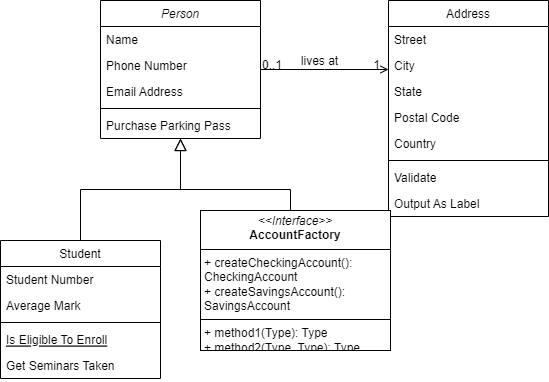
Before: Assign3P1Diagram.drawio.png, a diagram exported from draw.io (jimmyjazz31/CS665Assign3). Source tidied: cells renumbered, new cells last; positions are measured from the earlier drawing's top-left corner, leaving out a move shared by most shapes.
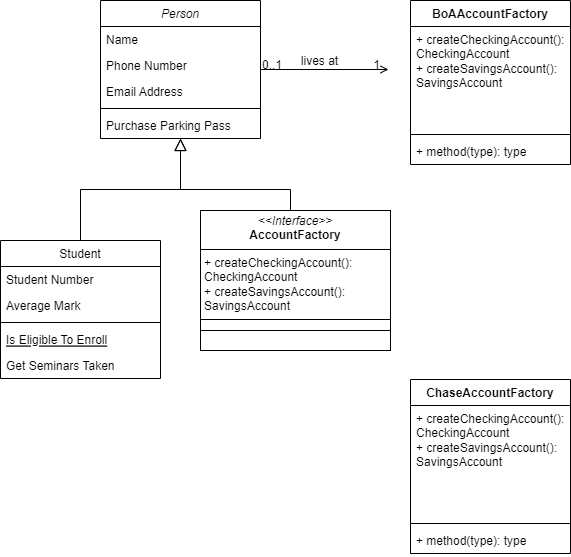
After the commit.

Change to the diagram source:
```diff
@@ -53,35 +53,9 @@
     <mxCell id="18" style="endArrow=block;endSize=10;endFill=0;shadow=0;strokeWidth=1;rounded=0;curved=0;edgeStyle=elbowEdgeStyle;elbow=vertical;" parent="1" edge="1" source="15" target="2">
       <mxGeometry relative="1" as="geometry" />
     </mxCell>
-    <mxCell id="19" value="Address" style="swimlane;fontStyle=0;align=center;verticalAlign=top;horizontal=1;startSize=26;rounded=0;shadow=0;strokeWidth=1;" parent="1" vertex="1">
-      <mxGeometry x="388" width="160" height="216" as="geometry" />
-    </mxCell>
-    <mxCell id="20" value="Street" style="text;align=left;verticalAlign=top;spacingLeft=4;spacingRight=4;overflow=hidden;" parent="19" vertex="1">
-      <mxGeometry y="26" width="160" height="26" as="geometry" />
-    </mxCell>
-    <mxCell id="21" value="City" style="text;align=left;verticalAlign=top;spacingLeft=4;spacingRight=4;overflow=hidden;rounded=0;shadow=0;html=0;" parent="19" vertex="1">
-      <mxGeometry y="52" width="160" height="26" as="geometry" />
-    </mxCell>
-    <mxCell id="22" value="State" style="text;align=left;verticalAlign=top;spacingLeft=4;spacingRight=4;overflow=hidden;rounded=0;shadow=0;html=0;" parent="19" vertex="1">
-      <mxGeometry y="78" width="160" height="26" as="geometry" />
-    </mxCell>
-    <mxCell id="23" value="Postal Code" style="text;align=left;verticalAlign=top;spacingLeft=4;spacingRight=4;overflow=hidden;rounded=0;shadow=0;html=0;" parent="19" vertex="1">
-      <mxGeometry y="104" width="160" height="26" as="geometry" />
-    </mxCell>
-    <mxCell id="24" value="Country" style="text;align=left;verticalAlign=top;spacingLeft=4;spacingRight=4;overflow=hidden;rounded=0;shadow=0;html=0;" parent="19" vertex="1">
-      <mxGeometry y="130" width="160" height="26" as="geometry" />
-    </mxCell>
-    <mxCell id="25" style="line;html=1;strokeWidth=1;align=left;verticalAlign=middle;spacingTop=-1;spacingLeft=3;spacingRight=3;labelPosition=right;" parent="19" vertex="1">
-      <mxGeometry y="156" width="160" height="8" as="geometry" />
-    </mxCell>
-    <mxCell id="26" value="Validate" style="text;align=left;verticalAlign=top;spacingLeft=4;spacingRight=4;overflow=hidden;" parent="19" vertex="1">
-      <mxGeometry y="164" width="160" height="26" as="geometry" />
-    </mxCell>
-    <mxCell id="27" value="Output As Label" style="text;align=left;verticalAlign=top;spacingLeft=4;spacingRight=4;overflow=hidden;" parent="19" vertex="1">
-      <mxGeometry y="190" width="160" height="26" as="geometry" />
-    </mxCell>
-    <mxCell id="28" style="endArrow=open;shadow=0;strokeWidth=1;rounded=0;curved=0;endFill=1;edgeStyle=elbowEdgeStyle;elbow=vertical;" parent="1" edge="1" source="2" target="19">
+    <mxCell id="28" style="endArrow=open;shadow=0;strokeWidth=1;rounded=0;curved=0;endFill=1;edgeStyle=elbowEdgeStyle;elbow=vertical;" parent="1" edge="1" source="2">
       <mxGeometry x="0.5" y="41" relative="1" as="geometry">
+        <mxPoint x="388" y="69" as="targetPoint" />
         <mxPoint x="-40" y="32" as="offset" />
       </mxGeometry>
     </mxCell>
@@ -103,8 +77,32 @@
     <mxCell id="32" value="&lt;p style=&quot;margin:0px;margin-top:4px;text-align:center;&quot;&gt;&lt;i&gt;&amp;lt;&amp;lt;Interface&amp;gt;&amp;gt;&lt;/i&gt;&lt;br/&gt;&lt;b&gt;Interface&lt;/b&gt;&lt;/p&gt;&lt;hr size=&quot;1&quot; style=&quot;border-style:solid;&quot;/&gt;&lt;p style=&quot;margin:0px;margin-left:4px;&quot;&gt;+ field1: Type&lt;br/&gt;+ field2: Type&lt;/p&gt;&lt;hr size=&quot;1&quot; style=&quot;border-style:solid;&quot;/&gt;&lt;p style=&quot;margin:0px;margin-left:4px;&quot;&gt;+ method1(Type): Type&lt;br/&gt;+ method2(Type, Type): Type&lt;/p&gt;" style="verticalAlign=top;align=left;overflow=fill;html=1;whiteSpace=wrap;" parent="1" vertex="1">
       <mxGeometry x="200" y="210" width="190" height="140" as="geometry" />
     </mxCell>
-    <mxCell id="33" value="&lt;p style=&quot;margin:0px;margin-top:4px;text-align:center;&quot;&gt;&lt;i&gt;&amp;lt;&amp;lt;Interface&amp;gt;&amp;gt;&lt;/i&gt;&lt;br&gt;&lt;b&gt;AccountFactory&lt;/b&gt;&lt;/p&gt;&lt;hr size=&quot;1&quot; style=&quot;border-style:solid;&quot;&gt;&lt;p style=&quot;margin:0px;margin-left:4px;&quot;&gt;+ createCheckingAccount(): CheckingAccount&lt;br&gt;+ createSavingsAccount(): SavingsAccount&lt;/p&gt;&lt;hr size=&quot;1&quot; style=&quot;border-style:solid;&quot;&gt;&lt;p style=&quot;margin:0px;margin-left:4px;&quot;&gt;+ method1(Type): Type&lt;br&gt;+ method2(Type, Type): Type&lt;/p&gt;" style="verticalAlign=top;align=left;overflow=fill;html=1;whiteSpace=wrap;" parent="1" vertex="1">
-      <mxGeometry x="200" y="210" width="190" height="140" as="geometry" />
+    <mxCell id="33" value="&lt;p style=&quot;margin:0px;margin-top:4px;text-align:center;&quot;&gt;&lt;i&gt;&amp;lt;&amp;lt;Interface&amp;gt;&amp;gt;&lt;/i&gt;&lt;br&gt;&lt;b&gt;AccountFactory&lt;/b&gt;&lt;/p&gt;&lt;hr size=&quot;1&quot; style=&quot;border-style:solid;&quot;&gt;&lt;p style=&quot;margin:0px;margin-left:4px;&quot;&gt;+ createCheckingAccount(): CheckingAccount&lt;br&gt;+ createSavingsAccount(): SavingsAccount&lt;/p&gt;&lt;hr size=&quot;1&quot; style=&quot;border-style:solid;&quot;&gt;&lt;p style=&quot;margin:0px;margin-left:4px;&quot;&gt;&lt;br&gt;&lt;/p&gt;" style="verticalAlign=top;align=left;overflow=fill;html=1;whiteSpace=wrap;" parent="1" vertex="1">
+      <mxGeometry x="200" y="210" width="190" height="120" as="geometry" />
     </mxCell>
+    <mxCell id="34" value="ChaseAccountFactory" style="swimlane;fontStyle=1;align=center;verticalAlign=top;horizontal=1;startSize=26;whiteSpace=wrap;html=1;" parent="1" vertex="1">
+      <mxGeometry x="410" y="379" width="160" height="174" as="geometry" />
+    </mxCell>
+    <mxCell id="35" value="+ createCheckingAccount(): CheckingAccount&lt;br&gt;+ createSavingsAccount(): SavingsAccount" style="text;strokeColor=none;fillColor=none;align=left;verticalAlign=top;spacingLeft=4;spacingRight=4;overflow=hidden;whiteSpace=wrap;html=1;" parent="34" vertex="1">
+      <mxGeometry y="26" width="160" height="114" as="geometry" />
+    </mxCell>
+    <mxCell id="36" style="line;strokeWidth=1;fillColor=none;align=left;verticalAlign=middle;spacingTop=-1;spacingLeft=3;spacingRight=3;labelPosition=right;strokeColor=inherit;" parent="34" vertex="1">
+      <mxGeometry y="140" width="160" height="8" as="geometry" />
+    </mxCell>
+    <mxCell id="37" value="+ method(type): type" style="text;strokeColor=none;fillColor=none;align=left;verticalAlign=top;spacingLeft=4;spacingRight=4;overflow=hidden;whiteSpace=wrap;html=1;" parent="34" vertex="1">
+      <mxGeometry y="148" width="160" height="26" as="geometry" />
+    </mxCell>
+    <mxCell id="38" value="BoAAccountFactory" style="swimlane;fontStyle=1;align=center;verticalAlign=top;horizontal=1;startSize=26;whiteSpace=wrap;html=1;" parent="1" vertex="1">
+      <mxGeometry x="410" width="160" height="164" as="geometry" />
+    </mxCell>
+    <mxCell id="39" value="+ createCheckingAccount(): CheckingAccount&lt;br&gt;+ createSavingsAccount(): SavingsAccount" style="text;strokeColor=none;fillColor=none;align=left;verticalAlign=top;spacingLeft=4;spacingRight=4;overflow=hidden;whiteSpace=wrap;html=1;" parent="38" vertex="1">
+      <mxGeometry y="26" width="160" height="104" as="geometry" />
+    </mxCell>
+    <mxCell id="40" style="line;strokeWidth=1;fillColor=none;align=left;verticalAlign=middle;spacingTop=-1;spacingLeft=3;spacingRight=3;labelPosition=right;strokeColor=inherit;" parent="38" vertex="1">
+      <mxGeometry y="130" width="160" height="8" as="geometry" />
+    </mxCell>
+    <mxCell id="41" value="+ method(type): type" style="text;strokeColor=none;fillColor=none;align=left;verticalAlign=top;spacingLeft=4;spacingRight=4;overflow=hidden;whiteSpace=wrap;html=1;" parent="38" vertex="1">
+      <mxGeometry y="138" width="160" height="26" as="geometry" />
+    </mxCell>
   </root>
 </mxGraphModel>
```
